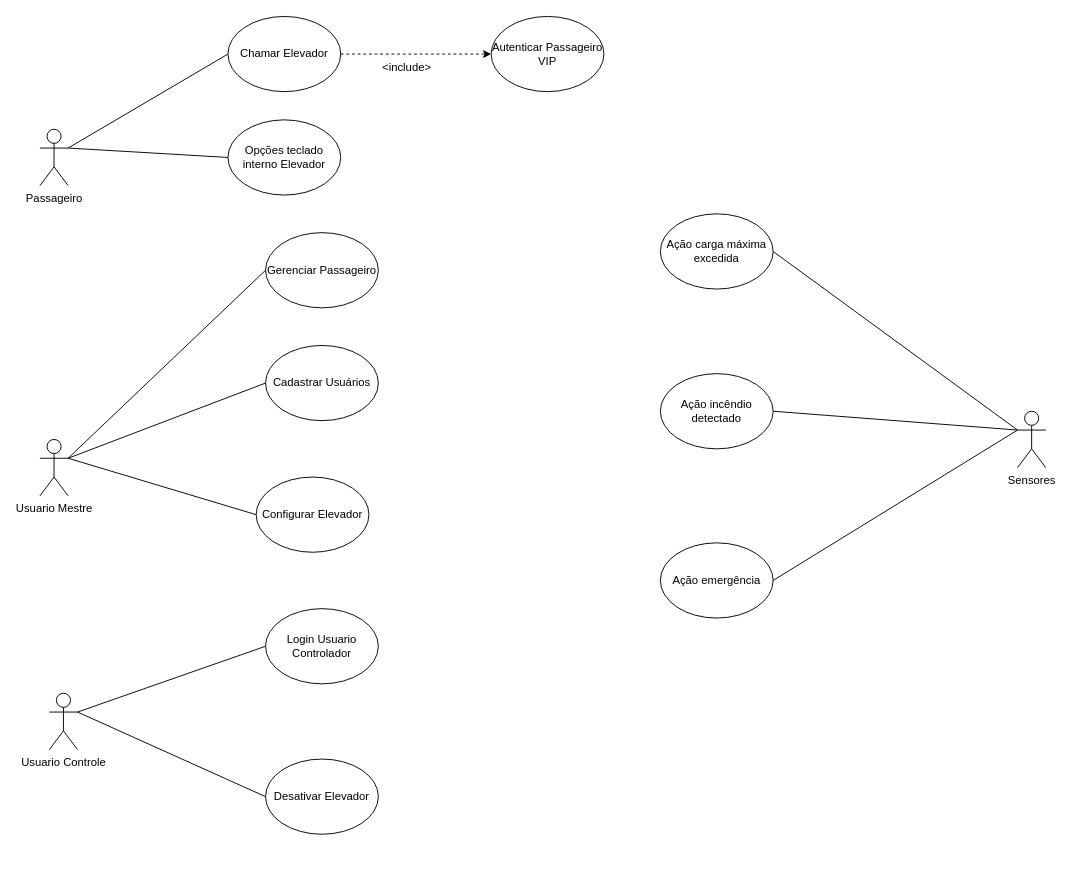
Before: Diagrama Casos de Uso.drawio in LucasAlmeida04/Projeto-Sistema-Elevadores, a draw.io diagram. Source tidied: cells renumbered, new cells numbered last; positions are measured from the earlier drawing's top-left corner, leaving out a move shared by most shapes. Both pictures are drawn from the tidied source at 94%, with x=0, y=0 at pixel (39, 16).
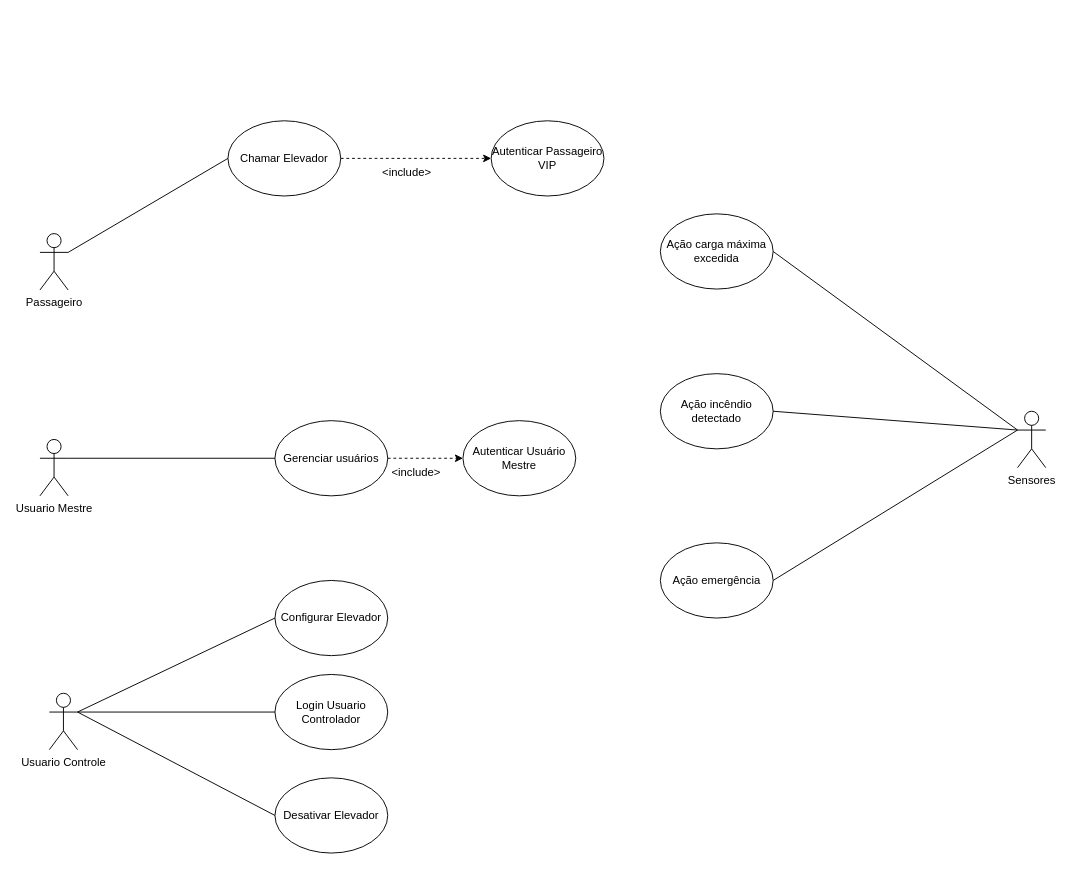
Above is the later version.

The change refers to these unchanged cells:
```xml
<mxCell id="4" value="Usuario Controle" style="shape=umlActor;verticalLabelPosition=bottom;verticalAlign=top;html=1;outlineConnect=0;" parent="1" vertex="1">
  <mxGeometry x="10" y="720" width="30" height="60" as="geometry" />
</mxCell>
<mxCell id="5" value="Usuario Mestre" style="shape=umlActor;verticalLabelPosition=bottom;verticalAlign=top;html=1;outlineConnect=0;" parent="1" vertex="1">
  <mxGeometry y="450" width="30" height="60" as="geometry" />
</mxCell>
```

Change to the diagram source:
```diff
@@
     <mxCell id="2" value="Passageiro&lt;br&gt;" style="shape=umlActor;verticalLabelPosition=bottom;verticalAlign=top;html=1;outlineConnect=0;" parent="1" vertex="1">
-      <mxGeometry y="120" width="30" height="60" as="geometry" />
+      <mxGeometry y="231" width="30" height="60" as="geometry" />
     </mxCell>
@@
     <mxCell id="6" value="Chamar Elevador" style="ellipse;whiteSpace=wrap;html=1;" parent="1" vertex="1">
-      <mxGeometry x="200" width="120" height="80" as="geometry" />
+      <mxGeometry x="200" y="111" width="120" height="80" as="geometry" />
     </mxCell>
-    <mxCell id="7" value="Gerenciar Passageiro" style="ellipse;whiteSpace=wrap;html=1;" parent="1" vertex="1">
-      <mxGeometry x="240" y="230" width="120" height="80" as="geometry" />
-    </mxCell>
     <mxCell id="8" value="Configurar Elevador" style="ellipse;whiteSpace=wrap;html=1;" parent="1" vertex="1">
-      <mxGeometry x="230" y="490" width="120" height="80" as="geometry" />
+      <mxGeometry x="250" y="600" width="120" height="80" as="geometry" />
     </mxCell>
     <mxCell id="9" value="Autenticar Passageiro VIP" style="ellipse;whiteSpace=wrap;html=1;" parent="1" vertex="1">
-      <mxGeometry x="480" width="120" height="80" as="geometry" />
+      <mxGeometry x="480" y="111" width="120" height="80" as="geometry" />
     </mxCell>
@@
     <mxCell id="15" value="&amp;lt;include&amp;gt;" style="text;html=1;align=center;verticalAlign=middle;strokeColor=none;fillColor=none;" parent="1" vertex="1">
-      <mxGeometry x="350" y="40" width="80" height="30" as="geometry" />
+      <mxGeometry x="350" y="151" width="80" height="30" as="geometry" />
     </mxCell>
-    <mxCell id="16" style="endArrow=none;html=1;rounded=0;exitX=1;exitY=0.3333333333333333;exitDx=0;exitDy=0;exitPerimeter=0;entryX=0;entryY=0.5;entryDx=0;entryDy=0;" parent="1" edge="1" source="5" target="7">
-      <mxGeometry relative="1" as="geometry" />
-    </mxCell>
-    <mxCell id="17" style="endArrow=none;html=1;rounded=0;entryX=0;entryY=0.5;entryDx=0;entryDy=0;exitX=1;exitY=0.3333333333333333;exitDx=0;exitDy=0;exitPerimeter=0;" parent="1" edge="1" source="5" target="8">
+    <mxCell id="17" style="endArrow=none;html=1;rounded=0;entryX=0;entryY=0.5;entryDx=0;entryDy=0;exitX=1;exitY=0.3333333333333333;exitDx=0;exitDy=0;exitPerimeter=0;" parent="1" edge="1" source="4" target="8">
       <mxGeometry relative="1" as="geometry" />
     </mxCell>
     <mxCell id="18" value="Desativar Elevador" style="ellipse;whiteSpace=wrap;html=1;" parent="1" vertex="1">
-      <mxGeometry x="240" y="790" width="120" height="80" as="geometry" />
+      <mxGeometry x="250" y="810" width="120" height="80" as="geometry" />
     </mxCell>
@@
-    <mxCell id="20" value="Cadastrar Usuários" style="ellipse;whiteSpace=wrap;html=1;" parent="1" vertex="1">
-      <mxGeometry x="240" y="350" width="120" height="80" as="geometry" />
+    <mxCell id="20" value="Gerenciar usuários" style="ellipse;whiteSpace=wrap;html=1;" parent="1" vertex="1">
+      <mxGeometry x="250" y="430" width="120" height="80" as="geometry" />
     </mxCell>
@@
     <mxCell id="25" value="Login Usuario Controlador" style="ellipse;whiteSpace=wrap;html=1;" parent="1" vertex="1">
-      <mxGeometry x="240" y="630" width="120" height="80" as="geometry" />
+      <mxGeometry x="250" y="700" width="120" height="80" as="geometry" />
     </mxCell>
@@
-    <mxCell id="27" value="Opções teclado interno Elevador" style="ellipse;whiteSpace=wrap;html=1;" parent="1" vertex="1">
-      <mxGeometry x="200" y="110" width="120" height="80" as="geometry" />
-    </mxCell>
-    <mxCell id="28" style="endArrow=none;html=1;rounded=0;entryX=0;entryY=0.5;entryDx=0;entryDy=0;" parent="1" edge="1" target="27">
-      <mxGeometry relative="1" as="geometry">
-        <mxPoint x="30" y="140" as="sourcePoint" />
-      </mxGeometry>
-    </mxCell>
+    <mxCell id="29" value="Autenticar Usuário Mestre" style="ellipse;whiteSpace=wrap;html=1;" parent="1" vertex="1">
+      <mxGeometry x="450" y="430" width="120" height="80" as="geometry" />
+    </mxCell>
+    <mxCell id="30" style="endArrow=classic;html=1;rounded=0;exitX=1;exitY=0.5;exitDx=0;exitDy=0;entryX=0;entryY=0.5;entryDx=0;entryDy=0;dashed=1;" parent="1" edge="1" source="20" target="29">
+      <mxGeometry relative="1" as="geometry" />
+    </mxCell>
+    <mxCell id="31" value="&amp;lt;include&amp;gt;" style="text;html=1;align=center;verticalAlign=middle;strokeColor=none;fillColor=none;" parent="1" vertex="1">
+      <mxGeometry x="360" y="470" width="80" height="30" as="geometry" />
+    </mxCell>
```
